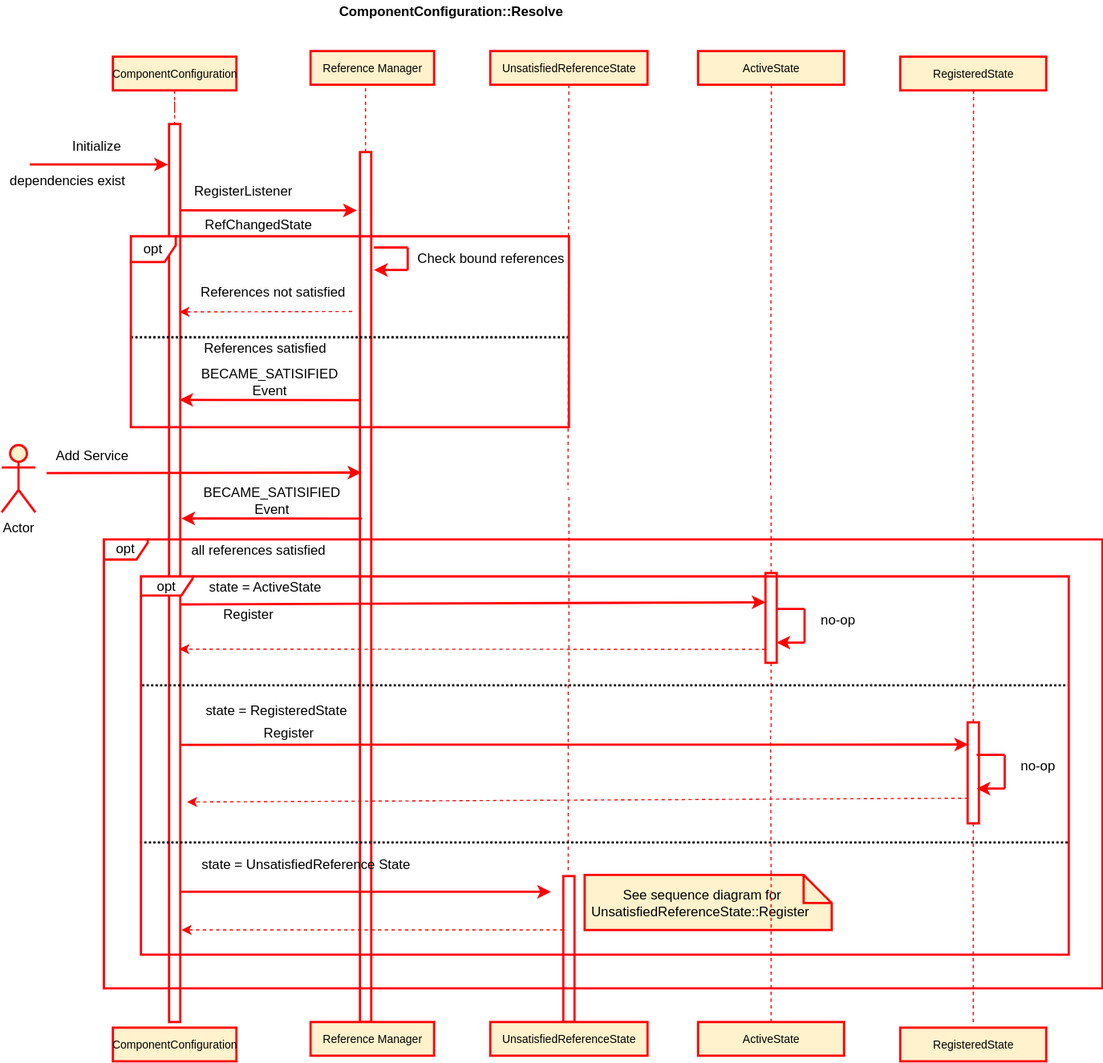
Earlier version of the draw.io export text/0003-declarative-services/ComponentConfigurationResolve.svg (CppMicroServices/rfcs). Source tidied: cells renumbered, new cells last; positions are measured from the earlier drawing's top-left corner, leaving out a move shared by most shapes.
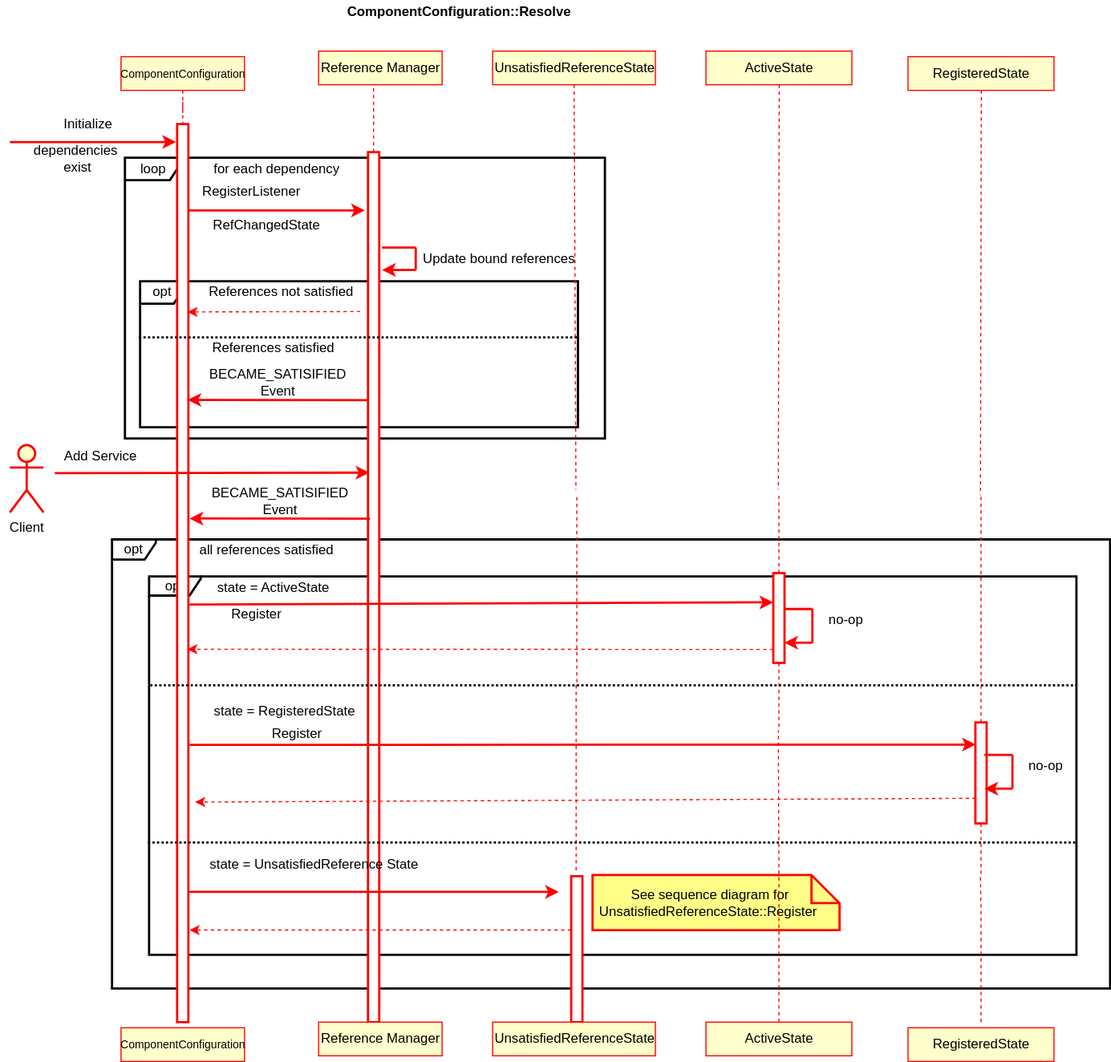
After the commit.

Change to the diagram source:
```diff
@@ -2,19 +2,31 @@
   <root>
     <mxCell id="0" />
     <mxCell id="1" parent="0" />
+    <mxCell id="32" value="opt" style="shape=umlFrame;whiteSpace=wrap;html=1;strokeColor=#000000;strokeWidth=2;fontSize=12;width=40;height=20;fillColor=none;" parent="1" vertex="1">
+      <mxGeometry x="122" y="250" width="390" height="130" as="geometry" />
+    </mxCell>
+    <mxCell id="76" value="loop" style="shape=umlFrame;whiteSpace=wrap;html=1;strokeColor=#000000;strokeWidth=2;fillColor=none;fontSize=12;width=50;height=20;" parent="1" vertex="1">
+      <mxGeometry x="108.5" y="140" width="427.5" height="250" as="geometry" />
+    </mxCell>
+    <mxCell id="70" value="opt" style="shape=umlFrame;whiteSpace=wrap;html=1;strokeWidth=2;width=39;height=18;" parent="1" vertex="1">
+      <mxGeometry x="97" y="480" width="889" height="400" as="geometry" />
+    </mxCell>
+    <mxCell id="69" value="opt" style="shape=umlFrame;whiteSpace=wrap;html=1;strokeWidth=2;width=46;height=17;" parent="1" vertex="1">
+      <mxGeometry x="130" y="513" width="826" height="337" as="geometry" />
+    </mxCell>
     <mxCell id="2" style="html=1;points=[];perimeter=orthogonalPerimeter;strokeWidth=2;strokeColor=#FF0000;" parent="1" vertex="1">
       <mxGeometry x="155" y="110" width="10" height="800" as="geometry" />
     </mxCell>
     <mxCell id="3" style="edgeStyle=orthogonalEdgeStyle;rounded=0;jettySize=auto;html=1;dashed=1;endArrow=none;endFill=0;strokeColor=#FF0000;strokeWidth=1;" parent="1" edge="1" source="4" target="2">
       <mxGeometry relative="1" as="geometry" />
     </mxCell>
-    <mxCell id="4" value="&lt;span style=&quot;font-size: 10px&quot;&gt;ComponentConfiguration&lt;/span&gt;" style="html=1;strokeWidth=2;fillColor=#fff2cc;strokeColor=#FF0000;" parent="1" vertex="1">
+    <mxCell id="4" value="&lt;span style=&quot;font-size: 10px&quot;&gt;ComponentConfiguration&lt;/span&gt;" style="html=1;strokeWidth=1;strokeColor=#FF0000;fillColor=#FFFFCC;" parent="1" vertex="1">
       <mxGeometry x="105" y="50" width="110" height="30" as="geometry" />
     </mxCell>
     <mxCell id="5" value="&lt;font style=&quot;font-size: 12px&quot;&gt;&lt;b&gt;ComponentConfiguration::Resolve&lt;br&gt;&lt;/b&gt;&lt;/font&gt;" style="text;html=1;align=center;verticalAlign=middle;fontSize=10;" parent="1" vertex="1">
       <mxGeometry x="301" width="210" height="20" as="geometry" />
     </mxCell>
-    <mxCell id="6" value="&lt;font style=&quot;font-size: 10px&quot;&gt;Reference Manager&lt;/font&gt;" style="html=1;strokeWidth=2;fontSize=10;fillColor=#fff2cc;strokeColor=#FF0000;" parent="1" vertex="1">
+    <mxCell id="6" value="&lt;font style=&quot;font-size: 12px;&quot;&gt;Reference Manager&lt;/font&gt;" style="html=1;strokeWidth=1;fontSize=12;strokeColor=#FF0000;fillColor=#FFFFCC;" parent="1" vertex="1">
       <mxGeometry x="281" y="45" width="110" height="30" as="geometry" />
     </mxCell>
     <mxCell id="7" style="edgeStyle=none;rounded=0;jettySize=auto;html=1;dashed=1;startArrow=none;startFill=0;endArrow=none;endFill=0;strokeWidth=1;fontSize=10;entryX=0.52;entryY=-0.007;entryDx=0;entryDy=0;entryPerimeter=0;strokeColor=#FF0000;" parent="1" edge="1" source="8">
@@ -22,8 +34,8 @@
         <mxPoint x="510.2" y="435.7" as="targetPoint" />
       </mxGeometry>
     </mxCell>
-    <mxCell id="8" value="&lt;font style=&quot;font-size: 10px&quot;&gt;UnsatisfiedReferenceState&lt;/font&gt;" style="html=1;strokeWidth=2;fontSize=10;fillColor=#fff2cc;strokeColor=#FF0000;" parent="1" vertex="1">
-      <mxGeometry x="441" y="45" width="140" height="30" as="geometry" />
+    <mxCell id="8" value="&lt;font style=&quot;font-size: 12px;&quot;&gt;UnsatisfiedReferenceState&lt;/font&gt;" style="html=1;strokeWidth=1;fontSize=12;strokeColor=#FF0000;fillColor=#FFFFCC;" parent="1" vertex="1">
+      <mxGeometry x="436" y="45" width="145" height="30" as="geometry" />
     </mxCell>
     <mxCell id="9" style="edgeStyle=orthogonalEdgeStyle;rounded=0;jettySize=auto;html=1;entryX=0.445;entryY=1;entryDx=0;entryDy=0;entryPerimeter=0;dashed=1;endArrow=none;endFill=0;strokeColor=#FF0000;strokeWidth=1;" parent="1" edge="1" target="6">
       <mxGeometry relative="1" as="geometry">
@@ -36,20 +48,20 @@
         <mxPoint x="330" y="765" as="targetPoint" />
       </mxGeometry>
     </mxCell>
-    <mxCell id="11" value="dependencies exist" style="text;html=1;strokeColor=none;fillColor=none;align=center;verticalAlign=middle;whiteSpace=wrap;rounded=0;" parent="1" vertex="1">
-      <mxGeometry y="160" width="130" as="geometry" />
+    <mxCell id="11" value="dependencies&lt;br&gt;&amp;nbsp;exist" style="text;html=1;strokeColor=none;fillColor=none;align=center;verticalAlign=middle;whiteSpace=wrap;rounded=0;" parent="1" vertex="1">
+      <mxGeometry y="140" width="130" as="geometry" />
     </mxCell>
     <mxCell id="12" style="html=1;points=[];perimeter=orthogonalPerimeter;strokeWidth=2;strokeColor=#FF0000;" parent="1" vertex="1">
       <mxGeometry x="325" y="135" width="10" height="775" as="geometry" />
     </mxCell>
     <mxCell id="13" style="endArrow=classic;html=1;strokeColor=#FF0000;strokeWidth=2;" parent="1" edge="1">
       <mxGeometry relative="1" as="geometry">
-        <mxPoint x="31" y="146" as="sourcePoint" />
-        <mxPoint x="154" y="146" as="targetPoint" />
+        <mxPoint x="6" y="126" as="sourcePoint" />
+        <mxPoint x="154" y="126" as="targetPoint" />
       </mxGeometry>
     </mxCell>
     <mxCell id="14" value="Initialize" style="text;html=1;strokeColor=none;fillColor=none;align=center;verticalAlign=middle;whiteSpace=wrap;rounded=0;" parent="1" vertex="1">
-      <mxGeometry x="71" y="120" width="40" height="20" as="geometry" />
+      <mxGeometry x="16" y="100" width="120" height="20" as="geometry" />
     </mxCell>
     <mxCell id="15" style="endArrow=classic;html=1;strokeColor=#FF0000;strokeWidth=2;entryX=-0.28;entryY=0.067;entryDx=0;entryDy=0;entryPerimeter=0;" parent="1" edge="1" source="2" target="12">
       <mxGeometry relative="1" as="geometry" />
@@ -63,7 +75,7 @@
     <mxCell id="18" style="endArrow=classic;html=1;strokeColor=#FF0000;strokeWidth=2;entryX=1;entryY=1;entryDx=0;entryDy=0;exitX=1;exitY=0;exitDx=0;exitDy=0;" parent="1" edge="1" source="17" target="17">
       <mxGeometry relative="1" as="geometry" />
     </mxCell>
-    <mxCell id="19" value="Check bound references" style="text;html=1;strokeColor=none;fillColor=none;align=center;verticalAlign=middle;whiteSpace=wrap;rounded=0;" parent="1" vertex="1">
+    <mxCell id="19" value="Update bound references" style="text;html=1;strokeColor=none;fillColor=none;align=center;verticalAlign=middle;whiteSpace=wrap;rounded=0;" parent="1" vertex="1">
       <mxGeometry x="346.5" y="220" width="190" height="20" as="geometry" />
     </mxCell>
     <mxCell id="20" value="References satisfied&lt;span style=&quot;color: rgba(0 , 0 , 0 , 0) ; font-family: monospace ; font-size: 0px&quot;&gt;%3CmxGraphModel%3E%3Croot%3E%3CmxCell%20id%3D%220%22%2F%3E%3CmxCell%20id%3D%221%22%20parent%3D%220%22%2F%3E%3CmxCell%20id%3D%222%22%20value%3D%22Matched%20references%20%26amp%3Blt%3B%20min%20Cardinality%26amp%3Bnbsp%3B%22%20style%3D%22text%3Bhtml%3D1%3BstrokeColor%3Dnone%3BfillColor%3Dnone%3Balign%3Dcenter%3BverticalAlign%3Dmiddle%3BwhiteSpace%3Dwrap%3Brounded%3D0%3B%22%20vertex%3D%221%22%20parent%3D%221%22%3E%3CmxGeometry%20x%3D%22330%22%20y%3D%22210%22%20width%3D%22220%22%20height%3D%2220%22%20as%3D%22geometry%22%2F%3E%3C%2FmxCell%3E%3C%2Froot%3E%3C%2FmxGraphModel%3E&lt;/span&gt;" style="text;html=1;strokeColor=none;fillColor=none;align=center;verticalAlign=middle;whiteSpace=wrap;rounded=0;" parent="1" vertex="1">
@@ -117,15 +129,12 @@
     <mxCell id="31" value="BECAME_SATISIFIED Event&lt;br&gt;" style="text;html=1;strokeColor=none;fillColor=none;align=center;verticalAlign=middle;whiteSpace=wrap;rounded=0;" parent="1" vertex="1">
       <mxGeometry x="181.6" y="435.6" width="130" height="20" as="geometry" />
     </mxCell>
-    <mxCell id="32" value="opt" style="shape=umlFrame;whiteSpace=wrap;html=1;strokeColor=#FF0000;strokeWidth=2;width=40;height=23;" parent="1" vertex="1">
-      <mxGeometry x="121" y="210" width="390" height="170" as="geometry" />
-    </mxCell>
     <mxCell id="33" style="edgeStyle=orthogonalEdgeStyle;rounded=0;jettySize=auto;html=1;dashed=1;endArrow=none;endFill=0;strokeWidth=1;strokeColor=#FF0000;exitX=0.44;exitY=-0.041;exitDx=0;exitDy=0;exitPerimeter=0;" parent="1" edge="1" source="60">
       <mxGeometry relative="1" as="geometry">
         <mxPoint x="511" y="440" as="targetPoint" />
       </mxGeometry>
     </mxCell>
-    <mxCell id="34" value="Actor" style="shape=umlActor;verticalLabelPosition=bottom;verticalAlign=top;html=1;strokeWidth=2;fillColor=#fff2cc;strokeColor=#FF0000;" parent="1" vertex="1">
+    <mxCell id="34" value="Client" style="shape=umlActor;verticalLabelPosition=bottom;verticalAlign=top;html=1;strokeWidth=2;strokeColor=#FF0000;fillColor=#FFFFCC;" parent="1" vertex="1">
       <mxGeometry x="6" y="396" width="30" height="60" as="geometry" />
     </mxCell>
     <mxCell id="35" style="edgeStyle=orthogonalEdgeStyle;rounded=0;jettySize=auto;html=1;dashed=1;endArrow=none;endFill=0;strokeColor=#FF0000;strokeWidth=1;" parent="1" edge="1" source="37">
@@ -154,7 +163,7 @@
     <mxCell id="40" style="html=1;points=[];perimeter=orthogonalPerimeter;strokeWidth=2;strokeColor=#FF0000;" parent="1" vertex="1">
       <mxGeometry x="866" y="643" width="10" height="90" as="geometry" />
     </mxCell>
-    <mxCell id="41" style="shape=note2;boundedLbl=1;whiteSpace=wrap;html=1;size=25;verticalAlign=top;align=center;strokeWidth=2;fillColor=#fff2cc;strokeColor=#FF0000;" parent="1" vertex="1">
+    <mxCell id="41" style="shape=note2;boundedLbl=1;whiteSpace=wrap;html=1;size=25;verticalAlign=top;align=center;strokeWidth=2;strokeColor=#FF0000;fillColor=#FFFF88;" parent="1" vertex="1">
       <mxGeometry x="525" y="779" width="220" height="49" as="geometry" />
     </mxCell>
     <mxCell id="42" value="See sequence diagram for UnsatisfiedReferenceState::Register&amp;nbsp;" style="text;html=1;strokeColor=none;fillColor=none;align=center;verticalAlign=middle;whiteSpace=wrap;rounded=0;" parent="1" vertex="1">
@@ -245,7 +254,7 @@
         <mxPoint x="166" y="828" as="targetPoint" />
       </mxGeometry>
     </mxCell>
-    <mxCell id="63" value="&lt;font style=&quot;font-size: 10px&quot;&gt;ActiveState&lt;/font&gt;" style="html=1;strokeWidth=2;fontSize=10;fillColor=#fff2cc;strokeColor=#FF0000;" parent="1" vertex="1">
+    <mxCell id="63" value="&lt;font style=&quot;font-size: 12px;&quot;&gt;ActiveState&lt;/font&gt;" style="html=1;strokeWidth=1;fontSize=12;strokeColor=#FF0000;fillColor=#FFFFCC;" parent="1" vertex="1">
       <mxGeometry x="626" y="45" width="130" height="30" as="geometry" />
     </mxCell>
     <mxCell id="64" style="edgeStyle=none;rounded=0;orthogonalLoop=1;jettySize=auto;html=1;dashed=1;startArrow=none;startFill=0;endArrow=none;endFill=0;strokeWidth=1;fontSize=10;entryX=0.52;entryY=-0.007;entryDx=0;entryDy=0;entryPerimeter=0;strokeColor=#FF0000;" parent="1" edge="1">
@@ -254,7 +263,7 @@
         <mxPoint x="690.5" y="435.7" as="targetPoint" />
       </mxGeometry>
     </mxCell>
-    <mxCell id="65" value="&lt;font style=&quot;font-size: 10px&quot;&gt;RegisteredState&lt;/font&gt;" style="html=1;strokeWidth=2;fontSize=10;fillColor=#fff2cc;strokeColor=#FF0000;" parent="1" vertex="1">
+    <mxCell id="65" value="&lt;font style=&quot;font-size: 12px;&quot;&gt;RegisteredState&lt;/font&gt;" style="html=1;strokeWidth=1;fontSize=12;strokeColor=#FF0000;fillColor=#FFFFCC;" parent="1" vertex="1">
       <mxGeometry x="806" y="50" width="130" height="30" as="geometry" />
     </mxCell>
     <mxCell id="66" style="edgeStyle=none;rounded=0;orthogonalLoop=1;jettySize=auto;html=1;dashed=1;startArrow=none;startFill=0;endArrow=none;endFill=0;strokeWidth=1;fontSize=10;entryX=0.52;entryY=-0.007;entryDx=0;entryDy=0;entryPerimeter=0;strokeColor=#FF0000;" parent="1" edge="1">
@@ -281,26 +290,23 @@
         </Array>
       </mxGeometry>
     </mxCell>
-    <mxCell id="69" value="opt" style="shape=umlFrame;whiteSpace=wrap;html=1;strokeColor=#FF0000;strokeWidth=2;width=46;height=17;" parent="1" vertex="1">
-      <mxGeometry x="130" y="513" width="826" height="337" as="geometry" />
-    </mxCell>
-    <mxCell id="70" value="opt" style="shape=umlFrame;whiteSpace=wrap;html=1;strokeColor=#FF0000;strokeWidth=2;width=39;height=18;" parent="1" vertex="1">
-      <mxGeometry x="97" y="480" width="889" height="400" as="geometry" />
-    </mxCell>
-    <mxCell id="71" value="&lt;span style=&quot;font-size: 10px&quot;&gt;ComponentConfiguration&lt;/span&gt;" style="html=1;strokeWidth=2;fillColor=#fff2cc;strokeColor=#FF0000;" parent="1" vertex="1">
+    <mxCell id="71" value="&lt;span style=&quot;font-size: 10px&quot;&gt;ComponentConfiguration&lt;/span&gt;" style="html=1;strokeWidth=1;strokeColor=#FF0000;fillColor=#FFFFCC;" parent="1" vertex="1">
       <mxGeometry x="105" y="915" width="110" height="30" as="geometry" />
     </mxCell>
-    <mxCell id="72" value="&lt;font style=&quot;font-size: 10px&quot;&gt;Reference Manager&lt;/font&gt;" style="html=1;strokeWidth=2;fontSize=10;fillColor=#fff2cc;strokeColor=#FF0000;" parent="1" vertex="1">
+    <mxCell id="72" value="&lt;font style=&quot;font-size: 12px;&quot;&gt;Reference Manager&lt;/font&gt;" style="html=1;strokeWidth=1;fontSize=12;strokeColor=#FF0000;fillColor=#FFFFCC;" parent="1" vertex="1">
       <mxGeometry x="281" y="910" width="110" height="30" as="geometry" />
     </mxCell>
-    <mxCell id="73" value="&lt;font style=&quot;font-size: 10px&quot;&gt;UnsatisfiedReferenceState&lt;/font&gt;" style="html=1;strokeWidth=2;fontSize=10;fillColor=#fff2cc;strokeColor=#FF0000;" parent="1" vertex="1">
-      <mxGeometry x="441" y="910" width="140" height="30" as="geometry" />
+    <mxCell id="73" value="&lt;font style=&quot;font-size: 12px;&quot;&gt;UnsatisfiedReferenceState&lt;/font&gt;" style="html=1;strokeWidth=1;fontSize=12;strokeColor=#FF0000;fillColor=#FFFFCC;" parent="1" vertex="1">
+      <mxGeometry x="436" y="910" width="145" height="30" as="geometry" />
     </mxCell>
-    <mxCell id="74" value="&lt;font style=&quot;font-size: 10px&quot;&gt;ActiveState&lt;/font&gt;" style="html=1;strokeWidth=2;fontSize=10;fillColor=#fff2cc;strokeColor=#FF0000;" parent="1" vertex="1">
+    <mxCell id="74" value="&lt;font style=&quot;font-size: 12px;&quot;&gt;ActiveState&lt;/font&gt;" style="html=1;strokeWidth=1;fontSize=12;strokeColor=#FF0000;fillColor=#FFFFCC;" parent="1" vertex="1">
       <mxGeometry x="626" y="910" width="130" height="30" as="geometry" />
     </mxCell>
-    <mxCell id="75" value="&lt;font style=&quot;font-size: 10px&quot;&gt;RegisteredState&lt;/font&gt;" style="html=1;strokeWidth=2;fontSize=10;fillColor=#fff2cc;strokeColor=#FF0000;" parent="1" vertex="1">
+    <mxCell id="75" value="&lt;font style=&quot;font-size: 12px;&quot;&gt;RegisteredState&lt;/font&gt;" style="html=1;strokeWidth=1;fontSize=12;strokeColor=#FF0000;fillColor=#FFFFCC;" parent="1" vertex="1">
       <mxGeometry x="806" y="915" width="130" height="30" as="geometry" />
     </mxCell>
+    <mxCell id="77" value="for each dependency" style="text;html=1;strokeColor=none;fillColor=none;align=center;verticalAlign=middle;whiteSpace=wrap;rounded=0;fontSize=12;" parent="1" vertex="1">
+      <mxGeometry x="181.6" y="140" width="124.4" height="20" as="geometry" />
+    </mxCell>
   </root>
 </mxGraphModel>
```
